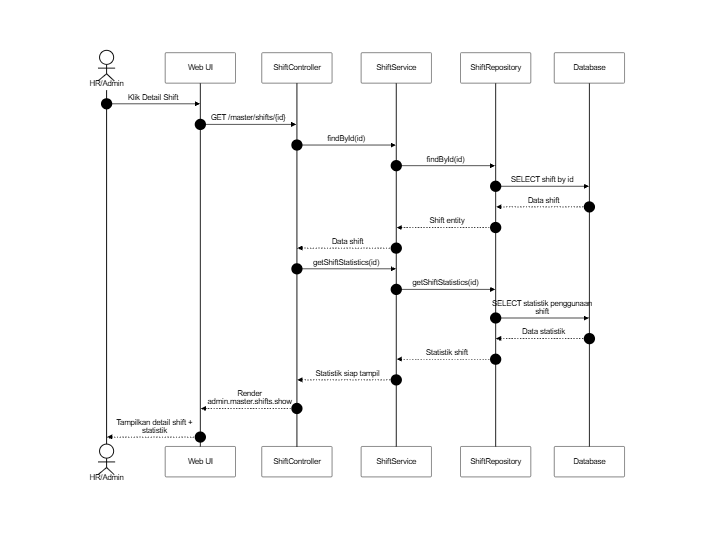
SulaimanHafi23/SimpegRSHDI keeps this Mermaid diagram as docs/SequenceDiagram/PNG_Transparent/DataMasterShift-Detail.png. Above is the earlier version. Its source is kept beside it as docs/SequenceDiagram/DataMasterShift-Detail.mermaid. Source of this version:
```mermaid
%%{init: {"theme": "base", "themeVariables": {"background": "#dddddd", "primaryColor": "#ffffff", "primaryBorderColor": "#000000", "primaryTextColor": "#000000", "lineColor": "#000000", "textColor": "#000000", "actorBkg": "#ffffff", "actorBorder": "#000000", "actorTextColor": "#000000", "activationBkgColor": "#ffffff", "activationBorderColor": "#000000", "signalColor": "#000000", "signalTextColor": "#000000", "labelBoxBkgColor": "#ffffff", "labelBoxBorderColor": "#000000", "labelTextColor": "#000000", "sequenceNumberColor": "#000000", "noteBkgColor": "#ffffff", "noteBorderColor": "#000000", "noteTextColor": "#000000"}, "sequence": {"useMaxWidth": true, "wrap": true, "messageFontSize": 12, "noteFontSize": 12}}}%%
sequenceDiagram
    autonumber
    actor A as HR/Admin
    participant UI as Web UI
    participant C as ShiftController
    participant S as ShiftService
    participant R as ShiftRepository
    participant DB as Database

    A->>UI: Klik Detail Shift
    UI->>C: GET /master/shifts/{id}
    C->>S: findById(id)
    S->>R: findById(id)
    R->>DB: SELECT shift by id
    DB-->>R: Data shift
    R-->>S: Shift entity
    S-->>C: Data shift
    C->>S: getShiftStatistics(id)
    S->>R: getShiftStatistics(id)
    R->>DB: SELECT statistik penggunaan shift
    DB-->>R: Data statistik
    R-->>S: Statistik shift
    S-->>C: Statistik siap tampil
    C-->>UI: Render admin.master.shifts.show
    UI-->>A: Tampilkan detail shift + statistik
```
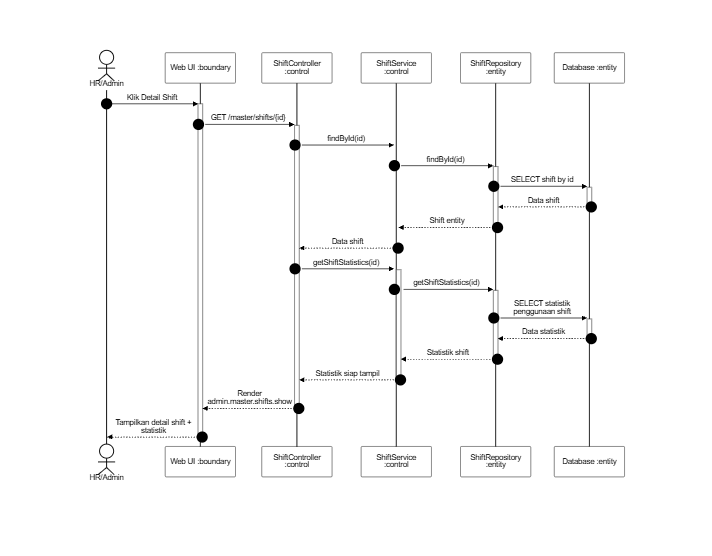
The same diagram one commit later.

What changed in the source:
```diff
@@ -2,25 +2,25 @@
 sequenceDiagram
     autonumber
     actor A as HR/Admin
-    participant UI as Web UI
-    participant C as ShiftController
-    participant S as ShiftService
-    participant R as ShiftRepository
-    participant DB as Database
+    participant UI as Web UI :boundary
+    participant C as ShiftController :control
+    participant S as ShiftService :control
+    participant R as ShiftRepository :entity
+    participant DB as Database :entity
 
-    A->>UI: Klik Detail Shift
-    UI->>C: GET /master/shifts/{id}
-    C->>S: findById(id)
-    S->>R: findById(id)
-    R->>DB: SELECT shift by id
-    DB-->>R: Data shift
-    R-->>S: Shift entity
+    A->>+UI: Klik Detail Shift
+    UI->>+C: GET /master/shifts/{id}
+    C->>+S: findById(id)
+    S->>+R: findById(id)
+    R->>+DB: SELECT shift by id
+    DB-->>-R: Data shift
+    R-->>-S: Shift entity
     S-->>C: Data shift
-    C->>S: getShiftStatistics(id)
-    S->>R: getShiftStatistics(id)
-    R->>DB: SELECT statistik penggunaan shift
-    DB-->>R: Data statistik
-    R-->>S: Statistik shift
-    S-->>C: Statistik siap tampil
-    C-->>UI: Render admin.master.shifts.show
-    UI-->>A: Tampilkan detail shift + statistik
+    C->>+S: getShiftStatistics(id)
+    S->>+R: getShiftStatistics(id)
+    R->>+DB: SELECT statistik penggunaan shift
+    DB-->>-R: Data statistik
+    R-->>-S: Statistik shift
+    S-->>-C: Statistik siap tampil
+    C-->>-UI: Render admin.master.shifts.show
+    UI-->>-A: Tampilkan detail shift + statistik
```
